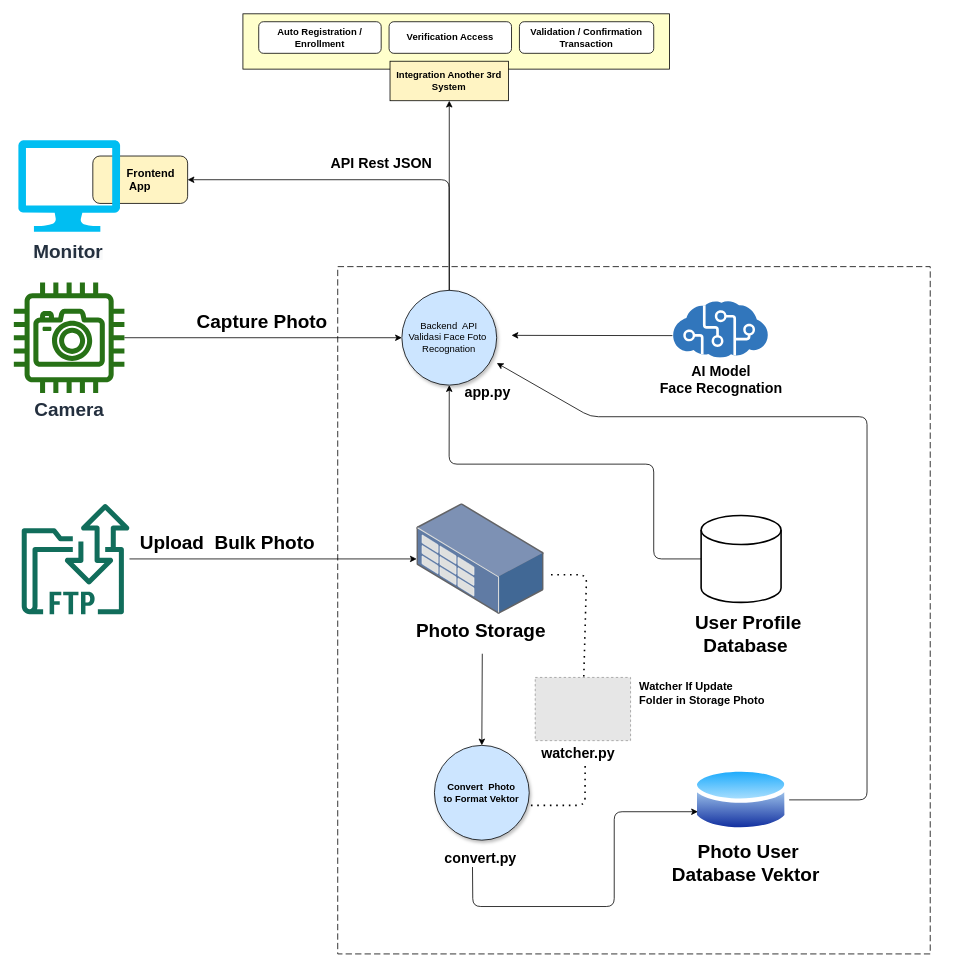
Before: design/architecture.drawio in dendie-sanjaya/ai-face-recognition, a draw.io diagram. Source tidied: cells renumbered, new cells numbered last; positions are measured from the earlier drawing's top-left corner, leaving out a move shared by most shapes. Both pictures are drawn from the tidied source at 79%, with x=0, y=0 at pixel (13, 13). Pictures stored in the file or linked from it are replaced by grey dashed boxes.
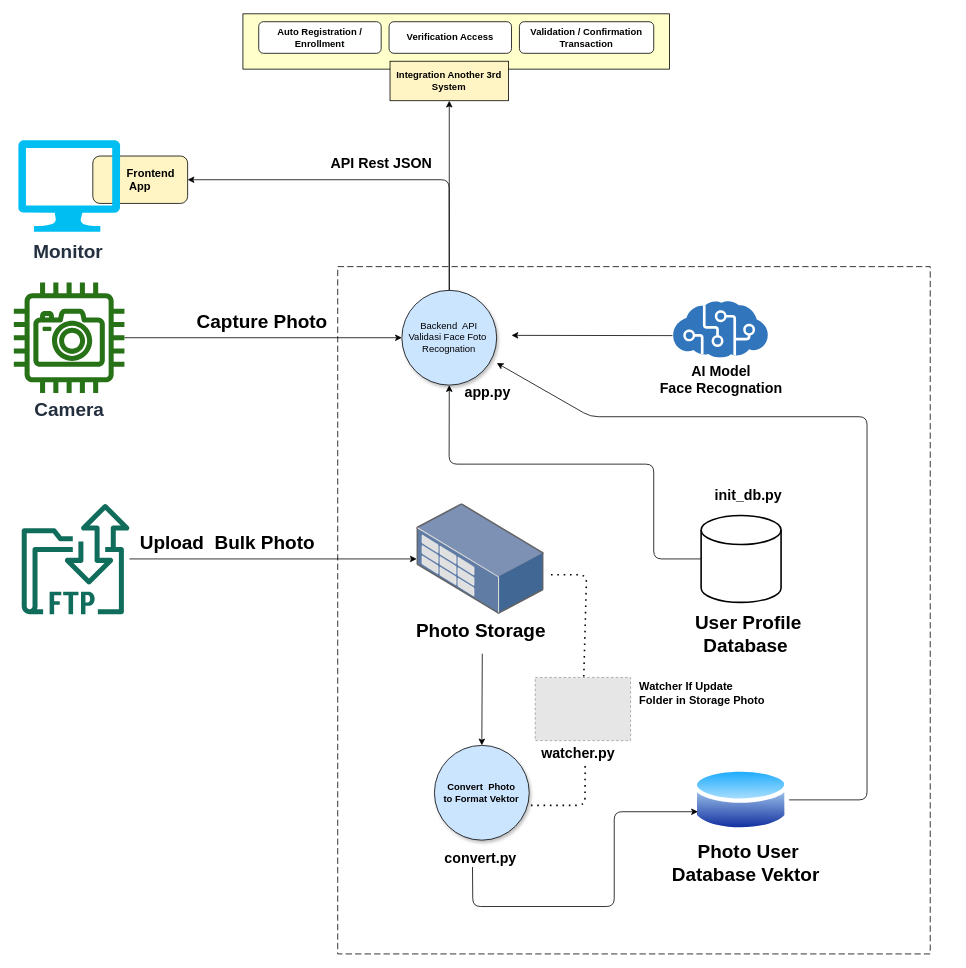
Above is the later version.

Unchanged cells that the change refers to:
```xml
<mxCell id="3" style="group;fontStyle=0;" parent="1" vertex="1">
  <mxGeometry y="60" width="1188.8" height="1130" as="geometry" />
</mxCell>
```

Change to the diagram source:
```diff
@@
+    <mxCell id="44" value="&lt;b&gt;&lt;font style=&quot;font-size: 18px&quot;&gt;init_db.py&lt;/font&gt;&lt;/b&gt;" style="text;html=1;strokeColor=none;fillColor=none;align=center;verticalAlign=middle;whiteSpace=wrap;rounded=0;" parent="3" vertex="1">
+      <mxGeometry x="910" y="540" width="40" height="20" as="geometry" />
+    </mxCell>
```
